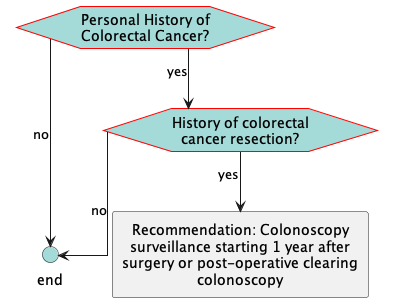
ccsm-cds-tools/CDC-Colorectal-Cancer-Screening-CDS-L2 keeps this PlantUML diagram as images/flow-PersonalHxOfCRC2.png. Above is the earlier version.
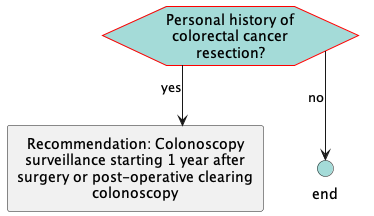
After the change.

Change to the diagram source:
```diff
@@ -17,12 +17,9 @@
     BackGroundColor: #A4DBD8
 }
 </style>
-hexagon "Personal History of Colorectal Cancer?" as eve_HxCRC [[#eve-HxCRC]]
-hexagon "History of colorectal cancer resection?" as eve_CRC [[#eve-CRC]]
+hexagon "Personal history of colorectal cancer resection?" as eve_CRCresection [[#eve-CRCresection]]
+rectangle "Recommendation: Colonoscopy surveillance starting 1 year after surgery or post-operative clearing colonoscopy" as act_hxCRCSurveillance [[#act-hxCRCSurveillance]]
 circle "end" as end_1 <<end>>
-rectangle "Recommendation: Colonoscopy surveillance starting 1 year after surgery or post-operative clearing colonoscopy" as act_hxCRCSurveillance [[#act-hxCRCSurveillance]]
-eve_HxCRC-->eve_CRC: yes
-eve_HxCRC-->end_1: no
-eve_CRC-->act_hxCRCSurveillance: yes
-eve_CRC-->end_1: no
+eve_CRCresection-->act_hxCRCSurveillance: yes
+eve_CRCresection-->end_1: no
 @enduml
```
